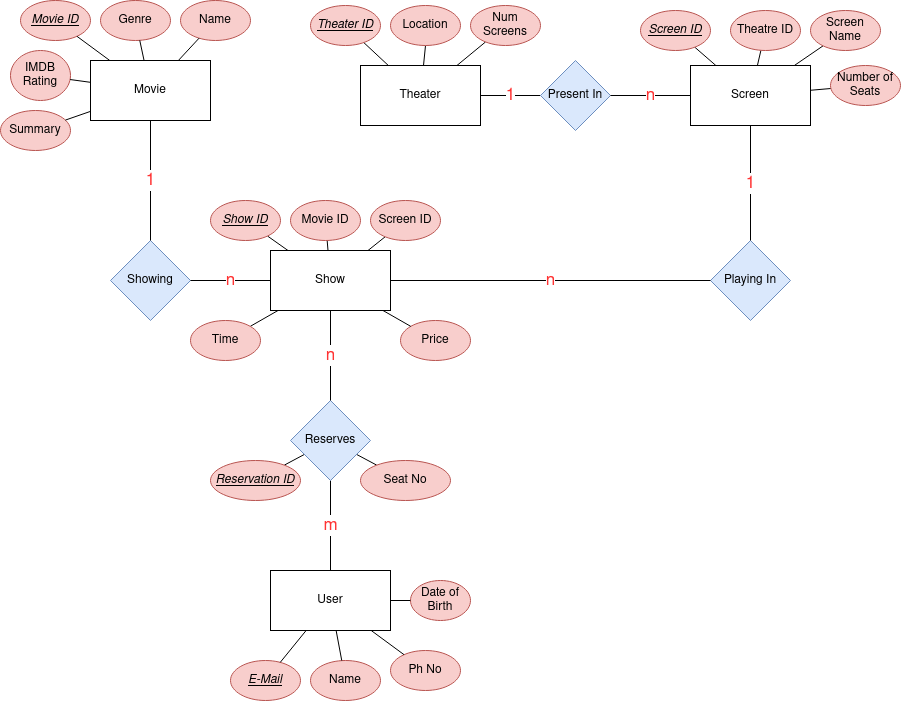
The draw.io diagram Architecture Diagrams/Movie DB-ER Diagram.png in alti-tude/distributed_dbms, before a commit. Source tidied: cells renumbered, new cells last; positions are measured from the earlier drawing's top-left corner, leaving out a move shared by most shapes. The source it was exported from:
```xml
<mxGraphModel>
  <root>
    <mxCell id="0" />
    <mxCell id="1" parent="0" />
    <mxCell id="2" value="&lt;font style=&quot;font-size: 17px&quot; color=&quot;#FF3333&quot;&gt;1&lt;/font&gt;" style="edgeStyle=none;rounded=0;jettySize=auto;html=1;exitX=0;exitY=0.5;exitDx=0;exitDy=0;endArrow=none;endFill=0;" parent="1" edge="1" source="3" target="18">
      <mxGeometry relative="1" as="geometry" />
    </mxCell>
    <mxCell id="3" value="Present In" style="rhombus;whiteSpace=wrap;html=1;fillColor=#dae8fc;strokeColor=#6c8ebf;" parent="1" vertex="1">
      <mxGeometry x="540" y="60" width="70" height="70" as="geometry" />
    </mxCell>
    <mxCell id="4" style="group;" parent="1" vertex="1">
      <mxGeometry x="640" y="10" width="260" height="115" as="geometry" />
    </mxCell>
    <mxCell id="5" style="edgeStyle=none;rounded=0;jettySize=auto;html=1;endArrow=none;endFill=0;" parent="4" edge="1" source="9" target="10">
      <mxGeometry relative="1" as="geometry" />
    </mxCell>
    <mxCell id="6" style="edgeStyle=none;rounded=0;jettySize=auto;html=1;endArrow=none;endFill=0;" parent="4" edge="1" source="9" target="11">
      <mxGeometry relative="1" as="geometry" />
    </mxCell>
    <mxCell id="7" style="edgeStyle=none;rounded=0;jettySize=auto;html=1;endArrow=none;endFill=0;" parent="4" edge="1" source="9" target="12">
      <mxGeometry relative="1" as="geometry" />
    </mxCell>
    <mxCell id="8" style="edgeStyle=none;rounded=0;jettySize=auto;html=1;endArrow=none;endFill=0;" parent="4" edge="1" source="9" target="13">
      <mxGeometry relative="1" as="geometry" />
    </mxCell>
    <mxCell id="9" value="Screen" style="rounded=0;whiteSpace=wrap;html=1;" parent="4" vertex="1">
      <mxGeometry x="50" y="55" width="120" height="60" as="geometry" />
    </mxCell>
    <mxCell id="10" value="Screen ID" style="ellipse;whiteSpace=wrap;html=1;fillColor=#f8cecc;strokeColor=#b85450;fontStyle=6;" parent="4" vertex="1">
      <mxGeometry width="70" height="40" as="geometry" />
    </mxCell>
    <mxCell id="11" value="Theatre ID" style="ellipse;whiteSpace=wrap;html=1;fillColor=#f8cecc;strokeColor=#b85450;" parent="4" vertex="1">
      <mxGeometry x="90" width="70" height="40" as="geometry" />
    </mxCell>
    <mxCell id="12" value="Screen Name" style="ellipse;whiteSpace=wrap;html=1;fillColor=#f8cecc;strokeColor=#b85450;" parent="4" vertex="1">
      <mxGeometry x="170" width="70" height="40" as="geometry" />
    </mxCell>
    <mxCell id="13" value="Number of Seats" style="ellipse;whiteSpace=wrap;html=1;fillColor=#f8cecc;strokeColor=#b85450;" parent="4" vertex="1">
      <mxGeometry x="190" y="55" width="70" height="40" as="geometry" />
    </mxCell>
    <mxCell id="14" style="group;" parent="1" vertex="1">
      <mxGeometry x="310" y="5" width="230" height="120" as="geometry" />
    </mxCell>
    <mxCell id="15" style="edgeStyle=none;rounded=0;jettySize=auto;html=1;endArrow=none;endFill=0;" parent="14" edge="1" source="18" target="19">
      <mxGeometry relative="1" as="geometry" />
    </mxCell>
    <mxCell id="16" style="edgeStyle=none;rounded=0;jettySize=auto;html=1;entryX=0.5;entryY=1;entryDx=0;entryDy=0;endArrow=none;endFill=0;" parent="14" edge="1" source="18" target="20">
      <mxGeometry relative="1" as="geometry" />
    </mxCell>
    <mxCell id="17" style="edgeStyle=none;rounded=0;jettySize=auto;html=1;endArrow=none;endFill=0;" parent="14" edge="1" source="18" target="21">
      <mxGeometry relative="1" as="geometry" />
    </mxCell>
    <mxCell id="18" value="Theater" style="rounded=0;whiteSpace=wrap;html=1;" parent="14" vertex="1">
      <mxGeometry x="50" y="60" width="120" height="60" as="geometry" />
    </mxCell>
    <mxCell id="19" value="Theater ID" style="ellipse;whiteSpace=wrap;html=1;fillColor=#f8cecc;strokeColor=#b85450;fontStyle=6;" parent="14" vertex="1">
      <mxGeometry width="70" height="40" as="geometry" />
    </mxCell>
    <mxCell id="20" value="Location" style="ellipse;whiteSpace=wrap;html=1;fillColor=#f8cecc;strokeColor=#b85450;" parent="14" vertex="1">
      <mxGeometry x="80" width="70" height="40" as="geometry" />
    </mxCell>
    <mxCell id="21" value="Num Screens" style="ellipse;whiteSpace=wrap;html=1;fillColor=#f8cecc;strokeColor=#b85450;" parent="14" vertex="1">
      <mxGeometry x="160" width="70" height="40" as="geometry" />
    </mxCell>
    <mxCell id="22" value="&lt;font style=&quot;font-size: 17px&quot; color=&quot;#FF3333&quot;&gt;n&lt;/font&gt;" style="edgeStyle=none;rounded=0;jettySize=auto;html=1;endArrow=none;endFill=0;entryX=1;entryY=0.5;entryDx=0;entryDy=0;" parent="1" edge="1" source="9" target="3">
      <mxGeometry relative="1" as="geometry" />
    </mxCell>
    <mxCell id="23" value="&lt;font style=&quot;font-size: 17px&quot; color=&quot;#FF3333&quot;&gt;m&lt;/font&gt;" style="edgeStyle=none;rounded=0;jettySize=auto;html=1;entryX=0.5;entryY=1;entryDx=0;entryDy=0;endArrow=none;endFill=0;" parent="1" edge="1" source="60" target="36">
      <mxGeometry relative="1" as="geometry" />
    </mxCell>
    <mxCell id="24" style="group;" parent="1" vertex="1">
      <mxGeometry x="180" y="200" width="260" height="140" as="geometry" />
    </mxCell>
    <mxCell id="25" style="edgeStyle=none;rounded=0;jettySize=auto;html=1;endArrow=none;endFill=0;" parent="24" edge="1" source="29" target="33">
      <mxGeometry relative="1" as="geometry" />
    </mxCell>
    <mxCell id="26" style="edgeStyle=none;rounded=0;jettySize=auto;html=1;endArrow=none;endFill=0;" parent="24" edge="1" source="29" target="30">
      <mxGeometry relative="1" as="geometry" />
    </mxCell>
    <mxCell id="27" style="edgeStyle=none;rounded=0;jettySize=auto;html=1;endArrow=none;endFill=0;" parent="24" edge="1" source="29" target="31">
      <mxGeometry relative="1" as="geometry" />
    </mxCell>
    <mxCell id="28" style="edgeStyle=none;rounded=0;jettySize=auto;html=1;endArrow=none;endFill=0;" parent="24" edge="1" source="29" target="32">
      <mxGeometry relative="1" as="geometry" />
    </mxCell>
    <mxCell id="29" value="Show" style="whiteSpace=wrap;html=1;" parent="24" vertex="1">
      <mxGeometry x="90" y="50" width="120" height="60" as="geometry" />
    </mxCell>
    <mxCell id="30" value="&lt;i&gt;&lt;u&gt;Show ID&lt;/u&gt;&lt;/i&gt;" style="ellipse;whiteSpace=wrap;html=1;fillColor=#f8cecc;strokeColor=#b85450;" parent="24" vertex="1">
      <mxGeometry x="30" width="70" height="40" as="geometry" />
    </mxCell>
    <mxCell id="31" value="Movie ID" style="ellipse;whiteSpace=wrap;html=1;fillColor=#f8cecc;strokeColor=#b85450;" parent="24" vertex="1">
      <mxGeometry x="110" width="70" height="40" as="geometry" />
    </mxCell>
    <mxCell id="32" value="Screen ID" style="ellipse;whiteSpace=wrap;html=1;fillColor=#f8cecc;strokeColor=#b85450;" parent="24" vertex="1">
      <mxGeometry x="190" width="70" height="40" as="geometry" />
    </mxCell>
    <mxCell id="33" value="Time" style="ellipse;whiteSpace=wrap;html=1;fillColor=#f8cecc;strokeColor=#b85450;" parent="24" vertex="1">
      <mxGeometry x="10" y="120" width="70" height="40" as="geometry" />
    </mxCell>
    <mxCell id="34" style="edgeStyle=none;rounded=0;jettySize=auto;html=1;endArrow=none;endFill=0;" parent="1" edge="1" source="36" target="58">
      <mxGeometry relative="1" as="geometry" />
    </mxCell>
    <mxCell id="35" style="edgeStyle=none;rounded=0;jettySize=auto;html=1;endArrow=none;endFill=0;" parent="1" edge="1" source="36" target="59">
      <mxGeometry relative="1" as="geometry" />
    </mxCell>
    <mxCell id="36" value="Reserves" style="rhombus;whiteSpace=wrap;html=1;fillColor=#dae8fc;strokeColor=#6c8ebf;" parent="1" vertex="1">
      <mxGeometry x="290" y="400" width="80" height="80" as="geometry" />
    </mxCell>
    <mxCell id="37" value="&lt;font style=&quot;font-size: 17px&quot; color=&quot;#FF3333&quot;&gt;n&lt;/font&gt;" style="edgeStyle=none;rounded=0;jettySize=auto;html=1;entryX=0.5;entryY=0;entryDx=0;entryDy=0;endArrow=none;endFill=0;" parent="1" edge="1" source="29" target="36">
      <mxGeometry relative="1" as="geometry" />
    </mxCell>
    <mxCell id="38" style="group;" parent="1" vertex="1">
      <mxGeometry width="250" height="150" as="geometry" />
    </mxCell>
    <mxCell id="39" value="Movie" style="rounded=0;whiteSpace=wrap;html=1;" parent="38" vertex="1">
      <mxGeometry x="90" y="60" width="120" height="60" as="geometry" />
    </mxCell>
    <mxCell id="40" value="&lt;i&gt;&lt;u&gt;Movie ID&lt;/u&gt;&lt;/i&gt;" style="ellipse;whiteSpace=wrap;html=1;fillColor=#f8cecc;strokeColor=#b85450;" parent="38" vertex="1">
      <mxGeometry x="20" width="70" height="40" as="geometry" />
    </mxCell>
    <mxCell id="41" style="edgeStyle=none;rounded=0;jettySize=auto;html=1;endArrow=none;endFill=0;" parent="38" edge="1" source="39" target="40">
      <mxGeometry relative="1" as="geometry" />
    </mxCell>
    <mxCell id="42" value="Genre" style="ellipse;whiteSpace=wrap;html=1;fillColor=#f8cecc;strokeColor=#b85450;" parent="38" vertex="1">
      <mxGeometry x="100" width="70" height="40" as="geometry" />
    </mxCell>
    <mxCell id="43" style="edgeStyle=none;rounded=0;jettySize=auto;html=1;endArrow=none;endFill=0;" parent="38" edge="1" source="39" target="42">
      <mxGeometry relative="1" as="geometry" />
    </mxCell>
    <mxCell id="44" value="Name" style="ellipse;whiteSpace=wrap;html=1;fillColor=#f8cecc;strokeColor=#b85450;" parent="38" vertex="1">
      <mxGeometry x="180" width="70" height="40" as="geometry" />
    </mxCell>
    <mxCell id="45" style="edgeStyle=none;rounded=0;jettySize=auto;html=1;endArrow=none;endFill=0;" parent="38" edge="1" source="39" target="44">
      <mxGeometry relative="1" as="geometry" />
    </mxCell>
    <mxCell id="46" value="Summary" style="ellipse;whiteSpace=wrap;html=1;fillColor=#f8cecc;strokeColor=#b85450;" parent="38" vertex="1">
      <mxGeometry y="110" width="70" height="40" as="geometry" />
    </mxCell>
    <mxCell id="47" style="edgeStyle=none;rounded=0;jettySize=auto;html=1;endArrow=none;endFill=0;" parent="38" edge="1" source="39" target="46">
      <mxGeometry relative="1" as="geometry" />
    </mxCell>
    <mxCell id="48" value="IMDB Rating" style="ellipse;whiteSpace=wrap;html=1;fillColor=#f8cecc;strokeColor=#b85450;" parent="38" vertex="1">
      <mxGeometry x="10" y="50" width="60" height="50" as="geometry" />
    </mxCell>
    <mxCell id="49" style="edgeStyle=none;rounded=0;jettySize=auto;html=1;endArrow=none;endFill=0;" parent="38" edge="1" source="39" target="48">
      <mxGeometry relative="1" as="geometry" />
    </mxCell>
    <mxCell id="50" value="Price" style="ellipse;whiteSpace=wrap;html=1;fillColor=#f8cecc;strokeColor=#b85450;" parent="1" vertex="1">
      <mxGeometry x="400" y="320" width="70" height="40" as="geometry" />
    </mxCell>
    <mxCell id="51" style="edgeStyle=none;rounded=0;jettySize=auto;html=1;endArrow=none;endFill=0;" parent="1" edge="1" source="29" target="50">
      <mxGeometry relative="1" as="geometry" />
    </mxCell>
    <mxCell id="52" value="Showing" style="rhombus;whiteSpace=wrap;html=1;fillColor=#dae8fc;strokeColor=#6c8ebf;" parent="1" vertex="1">
      <mxGeometry x="110" y="240" width="80" height="80" as="geometry" />
    </mxCell>
    <mxCell id="53" value="&lt;font style=&quot;font-size: 17px&quot; color=&quot;#FF3333&quot;&gt;1&lt;/font&gt;" style="edgeStyle=none;rounded=0;jettySize=auto;html=1;entryX=0.5;entryY=0;entryDx=0;entryDy=0;endArrow=none;endFill=0;" parent="1" edge="1" source="39" target="52">
      <mxGeometry relative="1" as="geometry" />
    </mxCell>
    <mxCell id="54" value="&lt;font style=&quot;font-size: 17px&quot; color=&quot;#FF3333&quot;&gt;n&lt;/font&gt;" style="edgeStyle=none;rounded=0;jettySize=auto;html=1;entryX=1;entryY=0.5;entryDx=0;entryDy=0;endArrow=none;endFill=0;" parent="1" edge="1" source="29" target="52">
      <mxGeometry relative="1" as="geometry" />
    </mxCell>
    <mxCell id="55" value="Playing In" style="rhombus;whiteSpace=wrap;html=1;fillColor=#dae8fc;strokeColor=#6c8ebf;" parent="1" vertex="1">
      <mxGeometry x="710" y="240" width="80" height="80" as="geometry" />
    </mxCell>
    <mxCell id="56" value="&lt;font style=&quot;font-size: 17px&quot; color=&quot;#FF3333&quot;&gt;n&lt;/font&gt;" style="edgeStyle=none;rounded=0;jettySize=auto;html=1;entryX=0;entryY=0.5;entryDx=0;entryDy=0;endArrow=none;endFill=0;" parent="1" edge="1" source="29" target="55">
      <mxGeometry relative="1" as="geometry" />
    </mxCell>
    <mxCell id="57" value="&lt;font style=&quot;font-size: 17px&quot; color=&quot;#FF3333&quot;&gt;1&lt;/font&gt;" style="edgeStyle=none;rounded=0;jettySize=auto;html=1;entryX=0.5;entryY=0;entryDx=0;entryDy=0;endArrow=none;endFill=0;" parent="1" edge="1" source="9" target="55">
      <mxGeometry relative="1" as="geometry" />
    </mxCell>
    <mxCell id="58" value="&lt;i&gt;&lt;u&gt;Reservation ID&lt;/u&gt;&lt;/i&gt;" style="ellipse;whiteSpace=wrap;html=1;fillColor=#f8cecc;strokeColor=#b85450;" parent="1" vertex="1">
      <mxGeometry x="210" y="460" width="90" height="40" as="geometry" />
    </mxCell>
    <mxCell id="59" value="Seat No" style="ellipse;whiteSpace=wrap;html=1;fillColor=#f8cecc;strokeColor=#b85450;" parent="1" vertex="1">
      <mxGeometry x="360" y="460" width="90" height="40" as="geometry" />
    </mxCell>
    <mxCell id="60" value="User" style="whiteSpace=wrap;html=1;" parent="1" vertex="1">
      <mxGeometry x="270" y="570" width="120" height="60" as="geometry" />
    </mxCell>
    <mxCell id="61" value="Name" style="ellipse;whiteSpace=wrap;html=1;fillColor=#f8cecc;strokeColor=#b85450;" parent="1" vertex="1">
      <mxGeometry x="310" y="660" width="70" height="40" as="geometry" />
    </mxCell>
    <mxCell id="62" style="edgeStyle=none;rounded=0;jettySize=auto;html=1;endArrow=none;endFill=0;" parent="1" edge="1" source="60" target="61">
      <mxGeometry x="290" y="630" as="geometry" />
    </mxCell>
    <mxCell id="63" value="&lt;i&gt;&lt;u&gt;E-Mail&lt;/u&gt;&lt;/i&gt;" style="ellipse;whiteSpace=wrap;html=1;fillColor=#f8cecc;strokeColor=#b85450;" parent="1" vertex="1">
      <mxGeometry x="230" y="660" width="70" height="40" as="geometry" />
    </mxCell>
    <mxCell id="64" style="edgeStyle=none;rounded=0;jettySize=auto;html=1;endArrow=none;endFill=0;" parent="1" edge="1" source="60" target="63">
      <mxGeometry x="290" y="630" as="geometry" />
    </mxCell>
    <mxCell id="65" value="Ph No" style="ellipse;whiteSpace=wrap;html=1;fillColor=#f8cecc;strokeColor=#b85450;" parent="1" vertex="1">
      <mxGeometry x="390" y="650" width="70" height="40" as="geometry" />
    </mxCell>
    <mxCell id="66" style="edgeStyle=none;rounded=0;jettySize=auto;html=1;endArrow=none;endFill=0;" parent="1" edge="1" source="60" target="65">
      <mxGeometry x="290" y="630" as="geometry" />
    </mxCell>
    <mxCell id="67" value="Date of Birth" style="ellipse;whiteSpace=wrap;html=1;fillColor=#f8cecc;strokeColor=#b85450;" parent="1" vertex="1">
      <mxGeometry x="410" y="580" width="60" height="40" as="geometry" />
    </mxCell>
    <mxCell id="68" style="edgeStyle=none;rounded=0;jettySize=auto;html=1;endArrow=none;endFill=0;" parent="1" edge="1" source="60" target="67">
      <mxGeometry x="290" y="630" as="geometry" />
    </mxCell>
  </root>
</mxGraphModel>
```
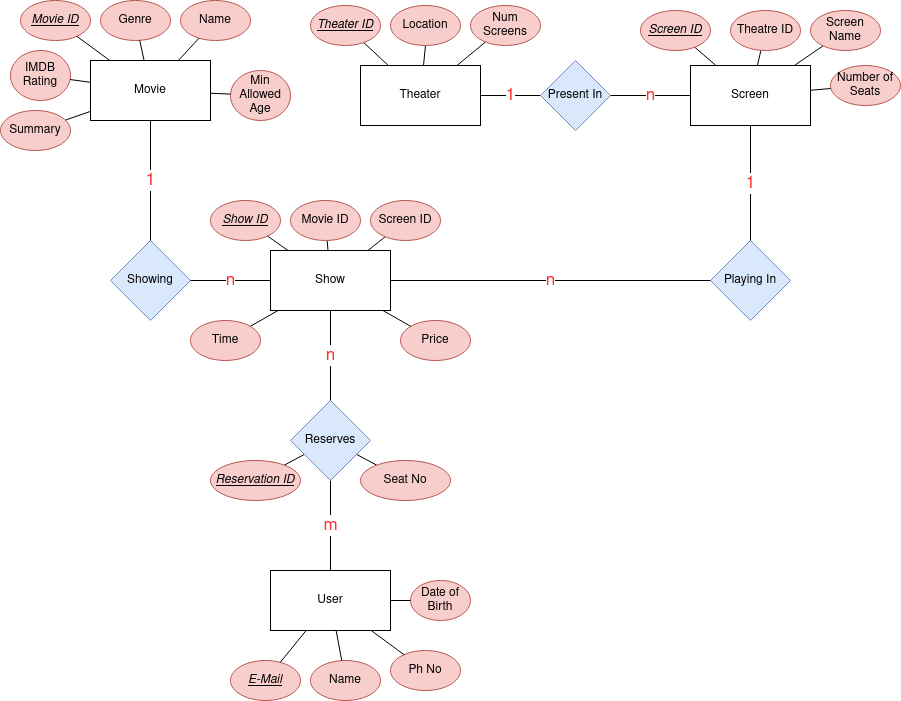
Above is the later version.

Change to the diagram source:
```diff
@@ -203,5 +203,11 @@
     <mxCell id="68" style="edgeStyle=none;rounded=0;jettySize=auto;html=1;endArrow=none;endFill=0;" parent="1" edge="1" source="60" target="67">
       <mxGeometry x="290" y="630" as="geometry" />
     </mxCell>
+    <mxCell id="69" value="Min Allowed Age" style="ellipse;whiteSpace=wrap;html=1;fillColor=#f8cecc;strokeColor=#b85450;" parent="1" vertex="1">
+      <mxGeometry x="230" y="70" width="60" height="50" as="geometry" />
+    </mxCell>
+    <mxCell id="70" style="rounded=0;jettySize=auto;html=1;endArrow=none;endFill=0;" parent="1" edge="1" source="39" target="69">
+      <mxGeometry relative="1" as="geometry" />
+    </mxCell>
   </root>
 </mxGraphModel>
```
